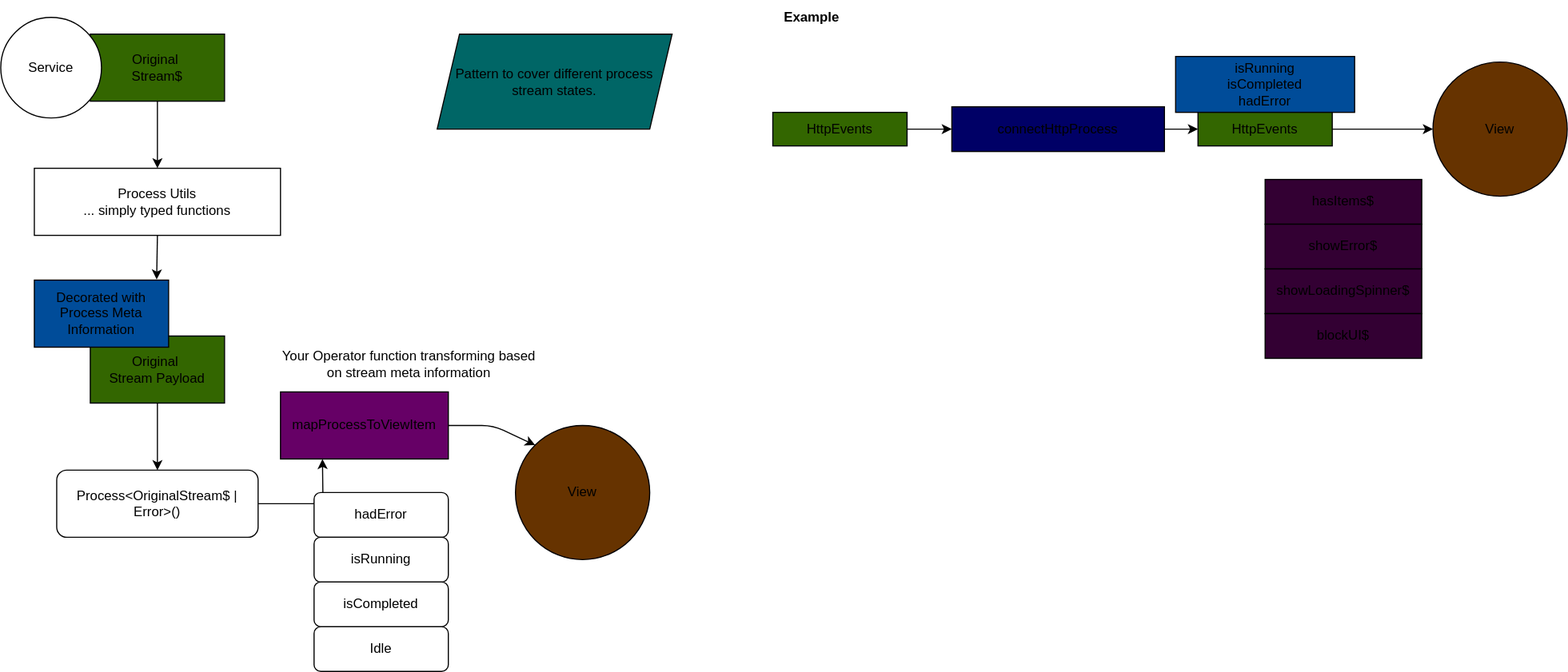
Before: apps/docs/src/assets/diagrams/process-pattern.svg, a diagram exported from draw.io (svengraziani/ngx-arch). Source tidied: cells renumbered, new cells last; positions are measured from the earlier drawing's top-left corner, leaving out a move shared by most shapes.
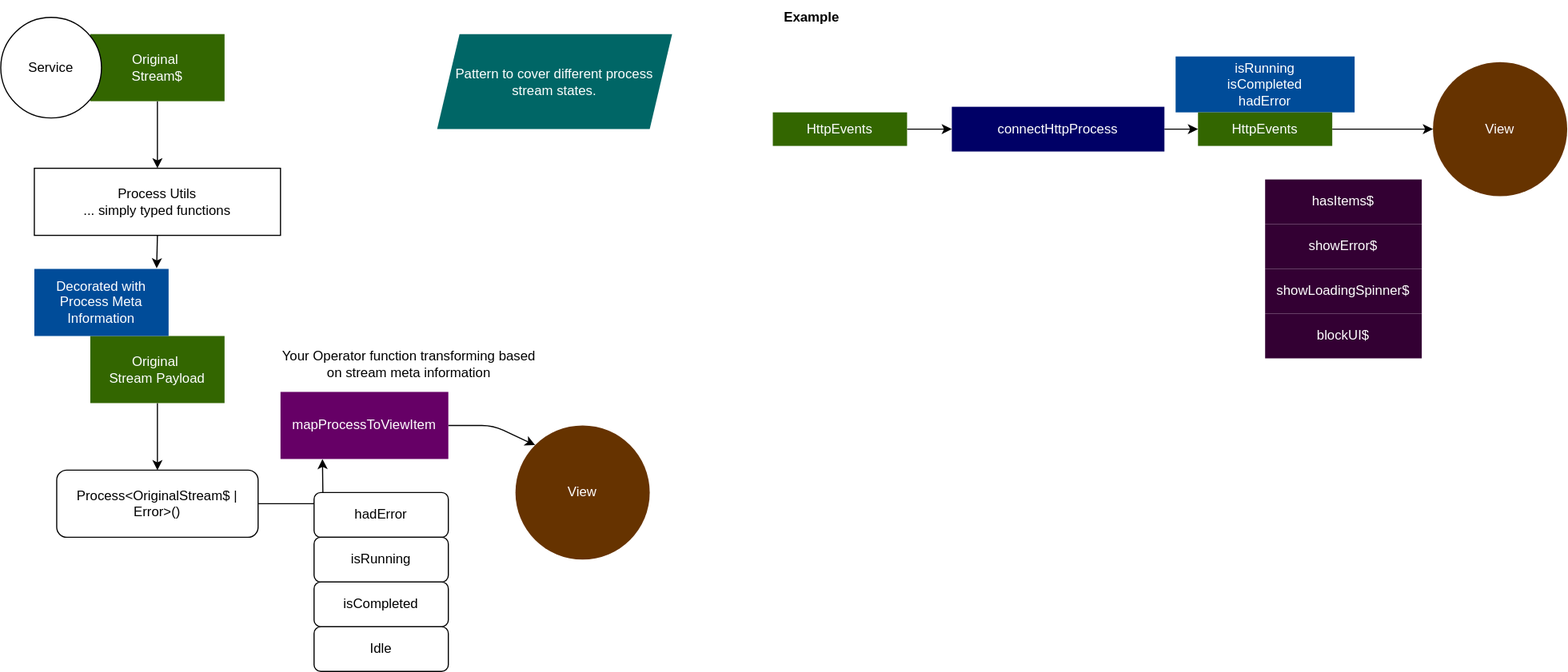
The same file after the commit.

The edit, as a diff of the source:
```diff
@@ -5,7 +5,7 @@
     <mxCell id="2" style="edgeStyle=none;html=1;entryX=0.5;entryY=0;entryDx=0;entryDy=0;" parent="1" edge="1" source="3" target="5">
       <mxGeometry relative="1" as="geometry" />
     </mxCell>
-    <mxCell id="3" value="Original&amp;nbsp;&lt;br&gt;Stream$" style="rounded=0;whiteSpace=wrap;html=1;fillColor=#336600;" parent="1" vertex="1">
+    <mxCell id="3" value="Original&amp;nbsp;&lt;br&gt;Stream$" style="rounded=0;whiteSpace=wrap;html=1;fillColor=#336600;strokeColor=none;fontColor=#FFFFFF;fontStyle=0;" parent="1" vertex="1">
       <mxGeometry x="80" y="30" width="120" height="60" as="geometry" />
     </mxCell>
     <mxCell id="4" style="edgeStyle=none;html=1;exitX=0.5;exitY=1;exitDx=0;exitDy=0;entryX=0.911;entryY=-0.008;entryDx=0;entryDy=0;entryPerimeter=0;" parent="1" edge="1" source="5" target="18">
@@ -17,7 +17,7 @@
     <mxCell id="6" style="edgeStyle=none;html=1;exitX=0.5;exitY=1;exitDx=0;exitDy=0;" parent="1" edge="1" source="7" target="9">
       <mxGeometry relative="1" as="geometry" />
     </mxCell>
-    <mxCell id="7" value="Original&amp;nbsp;&lt;br&gt;Stream Payload" style="rounded=0;whiteSpace=wrap;html=1;fillColor=#336600;" parent="1" vertex="1">
+    <mxCell id="7" value="Original&amp;nbsp;&lt;br&gt;Stream Payload" style="rounded=0;whiteSpace=wrap;html=1;fillColor=#336600;strokeColor=none;fontColor=#FFFFFF;fontStyle=0;" parent="1" vertex="1">
       <mxGeometry x="80" y="300" width="120" height="60" as="geometry" />
     </mxCell>
     <mxCell id="8" style="edgeStyle=none;html=1;exitX=1;exitY=0.5;exitDx=0;exitDy=0;entryX=0.25;entryY=1;entryDx=0;entryDy=0;" parent="1" edge="1" source="9" target="13">
@@ -30,7 +30,7 @@
     <mxCell id="9" value="Process&amp;lt;OriginalStream$ | Error&amp;gt;()" style="rounded=1;whiteSpace=wrap;html=1;" parent="1" vertex="1">
       <mxGeometry x="50" y="420" width="180" height="60" as="geometry" />
     </mxCell>
-    <mxCell id="10" value="View" style="ellipse;whiteSpace=wrap;html=1;fillColor=#663300;" parent="1" vertex="1">
+    <mxCell id="10" value="View" style="ellipse;whiteSpace=wrap;html=1;fillColor=#663300;strokeColor=none;fontColor=#FFFFFF;fontStyle=0;" parent="1" vertex="1">
       <mxGeometry x="460" y="380" width="120" height="120" as="geometry" />
     </mxCell>
     <mxCell id="11" value="Service" style="ellipse;whiteSpace=wrap;html=1;" parent="1" vertex="1">
@@ -43,7 +43,7 @@
         </Array>
       </mxGeometry>
     </mxCell>
-    <mxCell id="13" value="mapProcessToViewItem" style="rounded=0;whiteSpace=wrap;html=1;fillColor=#660066;" parent="1" vertex="1">
+    <mxCell id="13" value="mapProcessToViewItem" style="rounded=0;whiteSpace=wrap;html=1;fillColor=#660066;strokeColor=none;fontColor=#FFFFFF;fontStyle=0;" parent="1" vertex="1">
       <mxGeometry x="250" y="350" width="150" height="60" as="geometry" />
     </mxCell>
     <mxCell id="14" value="hadError" style="rounded=1;whiteSpace=wrap;html=1;" parent="1" vertex="1">
@@ -58,52 +58,52 @@
     <mxCell id="17" value="Idle" style="rounded=1;whiteSpace=wrap;html=1;" parent="1" vertex="1">
       <mxGeometry x="280" y="560" width="120" height="40" as="geometry" />
     </mxCell>
-    <mxCell id="18" value="Decorated with&lt;br&gt;Process Meta Information" style="rounded=0;whiteSpace=wrap;html=1;fillColor=#004C99;" parent="1" vertex="1">
-      <mxGeometry x="30" y="250" width="120" height="60" as="geometry" />
+    <mxCell id="18" value="Decorated with&lt;br&gt;Process Meta Information" style="rounded=0;whiteSpace=wrap;html=1;fillColor=#004C99;strokeColor=none;fontColor=#FFFFFF;fontStyle=0;" parent="1" vertex="1">
+      <mxGeometry x="30" y="240" width="120" height="60" as="geometry" />
     </mxCell>
     <mxCell id="19" value="Your Operator function transforming based on stream meta information" style="text;html=1;strokeColor=none;fillColor=none;align=center;verticalAlign=middle;whiteSpace=wrap;rounded=0;" parent="1" vertex="1">
       <mxGeometry x="250" y="310" width="230" height="30" as="geometry" />
     </mxCell>
-    <mxCell id="20" value="Pattern to cover different process stream states." style="shape=parallelogram;perimeter=parallelogramPerimeter;whiteSpace=wrap;html=1;fixedSize=1;fillColor=#006666;" parent="1" vertex="1">
+    <mxCell id="20" value="Pattern to cover different process stream states." style="shape=parallelogram;perimeter=parallelogramPerimeter;whiteSpace=wrap;html=1;fixedSize=1;fillColor=#006666;strokeColor=none;fontColor=#FFFFFF;fontStyle=0;" parent="1" vertex="1">
       <mxGeometry x="390" y="30" width="210" height="85" as="geometry" />
     </mxCell>
     <mxCell id="21" style="edgeStyle=none;html=1;" parent="1" edge="1" source="22" target="27">
       <mxGeometry relative="1" as="geometry" />
     </mxCell>
-    <mxCell id="22" value="connectHttpProcess" style="rounded=0;whiteSpace=wrap;html=1;fillColor=#000066;" parent="1" vertex="1">
+    <mxCell id="22" value="connectHttpProcess" style="rounded=0;whiteSpace=wrap;html=1;fillColor=#000066;strokeColor=none;fontColor=#FFFFFF;fontStyle=0;" parent="1" vertex="1">
       <mxGeometry x="850" y="95" width="190" height="40" as="geometry" />
     </mxCell>
     <mxCell id="23" style="edgeStyle=none;html=1;" parent="1" edge="1" source="24" target="22">
       <mxGeometry relative="1" as="geometry" />
     </mxCell>
-    <mxCell id="24" value="HttpEvents" style="rounded=0;whiteSpace=wrap;html=1;fillColor=#336600;" parent="1" vertex="1">
+    <mxCell id="24" value="HttpEvents" style="rounded=0;whiteSpace=wrap;html=1;fillColor=#336600;strokeColor=none;fontColor=#FFFFFF;fontStyle=0;" parent="1" vertex="1">
       <mxGeometry x="690" y="100" width="120" height="30" as="geometry" />
     </mxCell>
-    <mxCell id="25" value="isRunning&lt;br&gt;isCompleted&lt;br&gt;hadError" style="rounded=0;whiteSpace=wrap;html=1;fillColor=#004C99;" parent="1" vertex="1">
+    <mxCell id="25" value="isRunning&lt;br&gt;isCompleted&lt;br&gt;hadError" style="rounded=0;whiteSpace=wrap;html=1;fillColor=#004C99;strokeColor=none;fontColor=#FFFFFF;fontStyle=0;" parent="1" vertex="1">
       <mxGeometry x="1050" y="50" width="160" height="50" as="geometry" />
     </mxCell>
     <mxCell id="26" style="edgeStyle=none;html=1;" parent="1" edge="1" source="27" target="28">
       <mxGeometry relative="1" as="geometry" />
     </mxCell>
-    <mxCell id="27" value="HttpEvents" style="rounded=0;whiteSpace=wrap;html=1;fillColor=#336600;" parent="1" vertex="1">
+    <mxCell id="27" value="HttpEvents" style="rounded=0;whiteSpace=wrap;html=1;fillColor=#336600;strokeColor=none;fontColor=#FFFFFF;fontStyle=0;" parent="1" vertex="1">
       <mxGeometry x="1070" y="100" width="120" height="30" as="geometry" />
     </mxCell>
-    <mxCell id="28" value="View" style="ellipse;whiteSpace=wrap;html=1;fillColor=#663300;" parent="1" vertex="1">
+    <mxCell id="28" value="View" style="ellipse;whiteSpace=wrap;html=1;fillColor=#663300;strokeColor=none;fontColor=#FFFFFF;fontStyle=0;" parent="1" vertex="1">
       <mxGeometry x="1280" y="55" width="120" height="120" as="geometry" />
     </mxCell>
     <mxCell id="29" value="Example" style="text;html=1;strokeColor=none;fillColor=none;align=center;verticalAlign=middle;whiteSpace=wrap;rounded=0;fontStyle=1;" parent="1" vertex="1">
       <mxGeometry x="640" width="170" height="30" as="geometry" />
     </mxCell>
-    <mxCell id="30" value="hasItems$" style="rounded=0;whiteSpace=wrap;html=1;fillColor=#330033;" parent="1" vertex="1">
+    <mxCell id="30" value="hasItems$" style="rounded=0;whiteSpace=wrap;html=1;fillColor=#330033;strokeColor=none;fontColor=#FFFFFF;fontStyle=0;" parent="1" vertex="1">
       <mxGeometry x="1130" y="160" width="140" height="40" as="geometry" />
     </mxCell>
-    <mxCell id="31" value="showError$" style="rounded=0;whiteSpace=wrap;html=1;fillColor=#330033;" parent="1" vertex="1">
+    <mxCell id="31" value="showError$" style="rounded=0;whiteSpace=wrap;html=1;fillColor=#330033;strokeColor=none;fontColor=#FFFFFF;fontStyle=0;" parent="1" vertex="1">
       <mxGeometry x="1130" y="200" width="140" height="40" as="geometry" />
     </mxCell>
-    <mxCell id="32" value="showLoadingSpinner$" style="rounded=0;whiteSpace=wrap;html=1;fillColor=#330033;" parent="1" vertex="1">
+    <mxCell id="32" value="showLoadingSpinner$" style="rounded=0;whiteSpace=wrap;html=1;fillColor=#330033;strokeColor=none;fontColor=#FFFFFF;fontStyle=0;" parent="1" vertex="1">
       <mxGeometry x="1130" y="240" width="140" height="40" as="geometry" />
     </mxCell>
-    <mxCell id="33" value="blockUI$" style="rounded=0;whiteSpace=wrap;html=1;fillColor=#330033;" parent="1" vertex="1">
+    <mxCell id="33" value="blockUI$" style="rounded=0;whiteSpace=wrap;html=1;fillColor=#330033;strokeColor=none;fontColor=#FFFFFF;fontStyle=0;" parent="1" vertex="1">
       <mxGeometry x="1130" y="280" width="140" height="40" as="geometry" />
     </mxCell>
   </root>
```
